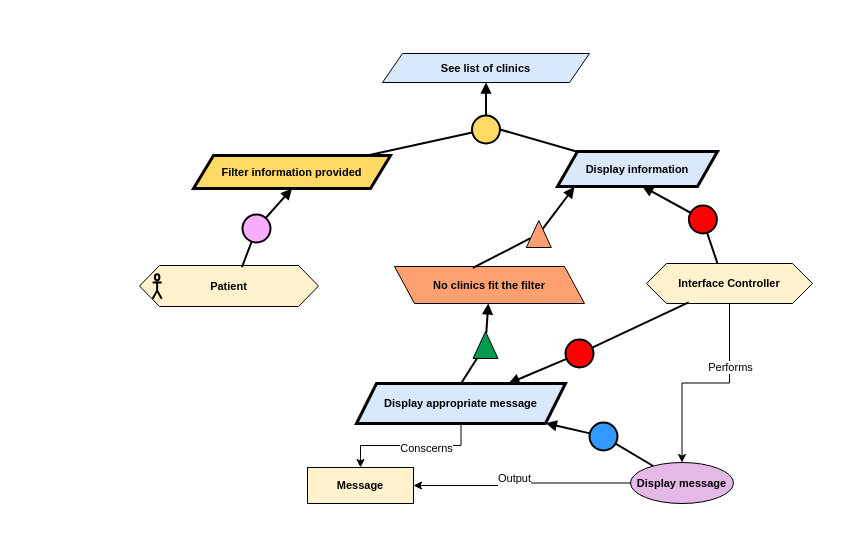
This is Kaos/KAOS 9.drawio from RafaelCMira/myclinic-msp-project, a draw.io file, before an edit. Source tidied: cells renumbered, new cells numbered last; positions are measured from the earlier drawing's top-left corner, leaving out a move shared by most shapes. Both pictures are drawn from the tidied source at 100%, with x=0, y=0 at pixel (139, 53).
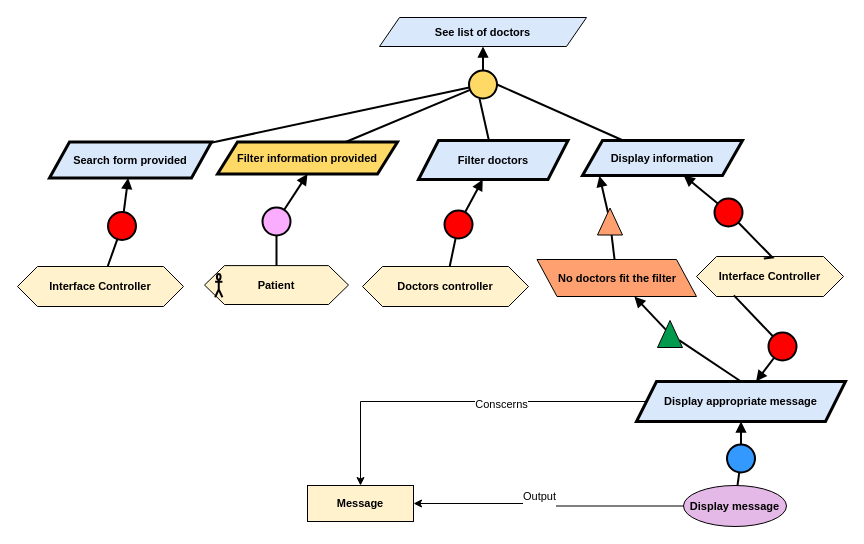
The same diagram, later.

The edit, as a diff of the source:
```diff
@@
-    <mxCell id="2" value="&lt;b&gt;See list of clinics&lt;/b&gt;" style="shape=parallelogram;perimeter=parallelogramPerimeter;whiteSpace=wrap;html=1;fixedSize=1;fillColor=#dae8fc;strokeColor=#000000;fontFamily=Helvetica;fontSize=11;fontColor=default;labelBackgroundColor=none;" parent="1" vertex="1">
-      <mxGeometry x="243" width="207" height="29" as="geometry" />
+    <mxCell id="2" value="&lt;b&gt;See list of doctors&lt;/b&gt;" style="shape=parallelogram;perimeter=parallelogramPerimeter;whiteSpace=wrap;html=1;fixedSize=1;fillColor=#dae8fc;strokeColor=#000000;fontFamily=Helvetica;fontSize=11;fontColor=default;labelBackgroundColor=none;" parent="1" vertex="1">
+      <mxGeometry x="240" y="-36" width="207" height="29" as="geometry" />
     </mxCell>
     <mxCell id="3" value="&lt;b&gt;Filter information provided&lt;/b&gt;" style="shape=parallelogram;perimeter=parallelogramPerimeter;whiteSpace=wrap;html=1;fixedSize=1;fillColor=#FFD966;strokeColor=#000000;strokeWidth=3;fontFamily=Helvetica;fontSize=11;fontColor=default;labelBackgroundColor=none;" parent="1" vertex="1">
-      <mxGeometry x="54" y="102" width="197" height="33" as="geometry" />
+      <mxGeometry x="78" y="88.5" width="180" height="32" as="geometry" />
     </mxCell>
     <mxCell id="4" style="ellipse;whiteSpace=wrap;html=1;fillColor=#FFD966;strokeWidth=2;" parent="1" vertex="1">
-      <mxGeometry x="332.5" y="62" width="28" height="28" as="geometry" />
+      <mxGeometry x="329.5" y="17" width="28" height="28" as="geometry" />
     </mxCell>
@@
     <mxCell id="7" value="&lt;b&gt;Display information&lt;/b&gt;" style="shape=parallelogram;perimeter=parallelogramPerimeter;whiteSpace=wrap;html=1;fixedSize=1;fillColor=#dae8fc;strokeColor=#000000;strokeWidth=3;fontFamily=Helvetica;fontSize=11;fontColor=default;labelBackgroundColor=none;" parent="1" vertex="1">
-      <mxGeometry x="418" y="98" width="160" height="35" as="geometry" />
+      <mxGeometry x="443" y="87" width="160" height="35" as="geometry" />
     </mxCell>
@@
     <mxCell id="9" style="group;fontFamily=Helvetica;fontSize=11;fontColor=default;labelBackgroundColor=default;" parent="1" vertex="1">
-      <mxGeometry y="213" width="179" height="40" as="geometry" />
+      <mxGeometry x="65" y="213" width="144" height="38" as="geometry" />
     </mxCell>
     <mxCell id="10" value="&lt;div&gt;&lt;b&gt;Patient&lt;/b&gt;&lt;/div&gt;" style="shape=hexagon;perimeter=hexagonPerimeter2;whiteSpace=wrap;html=1;fixedSize=1;fillColor=#FFF2CC;fontFamily=Helvetica;fontSize=11;fontColor=default;labelBackgroundColor=none;" parent="9" vertex="1">
-      <mxGeometry y="-1" width="179" height="41" as="geometry" />
+      <mxGeometry y="-0.9" width="144" height="38.9" as="geometry" />
     </mxCell>
     <mxCell id="11" style="shape=umlActor;verticalLabelPosition=bottom;verticalAlign=top;html=1;fillColor=none;strokeWidth=2;fontFamily=Helvetica;fontSize=11;fontColor=default;labelBackgroundColor=default;" parent="9" vertex="1">
-      <mxGeometry x="13.1" y="7.8" width="9.1" height="24.5" as="geometry" />
+      <mxGeometry x="10.6" y="7.4" width="7.3" height="23.3" as="geometry" />
     </mxCell>
     <mxCell id="12" style="ellipse;whiteSpace=wrap;html=1;fillColor=#FAADFF;strokeWidth=2;fontFamily=Helvetica;fontSize=11;fontColor=default;labelBackgroundColor=default;" parent="1" vertex="1">
-      <mxGeometry x="103" y="161" width="28" height="28" as="geometry" />
+      <mxGeometry x="123" y="154" width="28" height="28" as="geometry" />
     </mxCell>
@@
-    <mxCell id="14" style="endArrow=none;html=1;rounded=0;strokeWidth=2;strokeColor=default;align=center;verticalAlign=middle;fontFamily=Helvetica;fontSize=11;fontColor=default;labelBackgroundColor=default;exitX=0.572;exitY=0.043;exitDx=0;exitDy=0;exitPerimeter=0;" parent="1" edge="1" source="10" target="12">
+    <mxCell id="14" style="endArrow=none;html=1;rounded=0;strokeWidth=2;strokeColor=default;align=center;verticalAlign=middle;fontFamily=Helvetica;fontSize=11;fontColor=default;labelBackgroundColor=default;" parent="1" edge="1" source="10" target="12">
       <mxGeometry relative="1" as="geometry" />
     </mxCell>
-    <mxCell id="15" value="No clinics fit the filter" style="shape=parallelogram;perimeter=parallelogramPerimeter;whiteSpace=wrap;html=1;fixedSize=1;fillColor=#FFA070;fontStyle=1;fontFamily=Helvetica;fontSize=11;fontColor=default;labelBackgroundColor=none;flipH=1;flipV=0;" parent="1" vertex="1">
-      <mxGeometry x="255" y="213" width="190" height="37" as="geometry" />
+    <mxCell id="15" value="No doctors fit the filter" style="shape=parallelogram;perimeter=parallelogramPerimeter;whiteSpace=wrap;html=1;fixedSize=1;fillColor=#FFA070;fontStyle=1;fontFamily=Helvetica;fontSize=11;fontColor=default;labelBackgroundColor=none;flipH=1;flipV=0;" parent="1" vertex="1">
+      <mxGeometry x="397.5" y="206" width="159.5" height="37" as="geometry" />
     </mxCell>
@@
-    <mxCell id="17" style="endArrow=none;html=1;rounded=0;strokeWidth=2;exitX=0.588;exitY=0.038;exitDx=0;exitDy=0;exitPerimeter=0;" parent="1" edge="1" source="15" target="18">
+    <mxCell id="17" style="endArrow=none;html=1;rounded=0;strokeWidth=2;" parent="1" edge="1" source="15" target="18">
       <mxGeometry relative="1" as="geometry" />
     </mxCell>
     <mxCell id="18" style="triangle;whiteSpace=wrap;html=1;rotation=-90;fillColor=#FFA070;" parent="1" vertex="1">
-      <mxGeometry x="385.8" y="168" width="27" height="25" as="geometry" />
+      <mxGeometry x="457" y="155.5" width="27" height="25" as="geometry" />
     </mxCell>
@@
     <mxCell id="21" value="&lt;b&gt;Display appropriate message&lt;/b&gt;" style="shape=parallelogram;perimeter=parallelogramPerimeter;whiteSpace=wrap;html=1;fixedSize=1;fillColor=#dae8fc;strokeColor=#000000;strokeWidth=3;fontFamily=Helvetica;fontSize=11;fontColor=default;labelBackgroundColor=none;" parent="1" vertex="1">
-      <mxGeometry x="217" y="330" width="209" height="40" as="geometry" />
+      <mxGeometry x="497" y="328" width="209" height="40" as="geometry" />
     </mxCell>
@@
     <mxCell id="24" style="triangle;whiteSpace=wrap;html=1;rotation=-90;fillColor=#00994D;" parent="1" vertex="1">
-      <mxGeometry x="332.5" y="279" width="27" height="25" as="geometry" />
+      <mxGeometry x="517" y="268" width="27" height="25" as="geometry" />
     </mxCell>
     <mxCell id="25" value="&lt;b&gt;Message&lt;/b&gt;" style="rounded=0;whiteSpace=wrap;html=1;fillColor=#FFF2CC;fontFamily=Helvetica;fontSize=11;fontColor=default;labelBackgroundColor=none;" parent="1" vertex="1">
-      <mxGeometry x="168" y="414" width="106" height="36" as="geometry" />
+      <mxGeometry x="168" y="432" width="106" height="36" as="geometry" />
     </mxCell>
@@
     <mxCell id="28" value="&lt;b&gt;Display message&lt;/b&gt;" style="ellipse;whiteSpace=wrap;html=1;fillColor=#E4B9E7;strokeColor=#000000;fontFamily=Helvetica;fontSize=11;fontColor=default;labelBackgroundColor=none;" parent="1" vertex="1">
-      <mxGeometry x="491" y="409" width="103" height="41" as="geometry" />
+      <mxGeometry x="544" y="432" width="103" height="41" as="geometry" />
     </mxCell>
     <mxCell id="29" style="ellipse;whiteSpace=wrap;html=1;fillColor=#3399FF;strokeWidth=2;" parent="1" vertex="1">
-      <mxGeometry x="450" y="369" width="28" height="28" as="geometry" />
+      <mxGeometry x="587.5" y="391" width="28" height="28" as="geometry" />
     </mxCell>
@@
-    <mxCell id="32" style="edgeStyle=orthogonalEdgeStyle;rounded=0;jettySize=auto;html=1;" parent="1" edge="1" source="34" target="28">
-      <mxGeometry relative="1" as="geometry" />
-    </mxCell>
-    <mxCell id="33" value="Performs" style="edgeLabel;html=1;align=center;verticalAlign=middle;" parent="32" vertex="1">
-      <mxGeometry x="-0.39" relative="1" as="geometry" />
-    </mxCell>
     <mxCell id="34" value="&lt;div&gt;&lt;b&gt;Interface Controller&lt;/b&gt;&lt;/div&gt;" style="shape=hexagon;perimeter=hexagonPerimeter2;whiteSpace=wrap;html=1;fixedSize=1;fillColor=#FFF2CC;fontFamily=Helvetica;fontSize=11;fontColor=default;labelBackgroundColor=none;" parent="1" vertex="1">
-      <mxGeometry x="507" y="210" width="166" height="40" as="geometry" />
+      <mxGeometry x="557" y="203" width="147" height="40" as="geometry" />
     </mxCell>
     <mxCell id="35" style="ellipse;whiteSpace=wrap;html=1;fillColor=#FF0000;strokeWidth=2;" parent="1" vertex="1">
-      <mxGeometry x="549.4" y="152" width="28" height="28" as="geometry" />
+      <mxGeometry x="575" y="145" width="28" height="28" as="geometry" />
     </mxCell>
-    <mxCell id="36" style="endArrow=block;html=1;rounded=0;endFill=1;strokeWidth=2;entryX=0.563;entryY=0.994;entryDx=0;entryDy=0;entryPerimeter=0;" parent="1" edge="1" source="35">
-      <mxGeometry relative="1" as="geometry">
-        <mxPoint x="502.7" y="132.8" as="targetPoint" />
-      </mxGeometry>
+    <mxCell id="36" style="endArrow=block;html=1;rounded=0;endFill=1;strokeWidth=2;" parent="1" edge="1" source="35" target="7">
+      <mxGeometry relative="1" as="geometry" />
     </mxCell>
-    <mxCell id="37" style="endArrow=none;html=1;rounded=0;strokeWidth=2;" parent="1" edge="1" target="35">
+    <mxCell id="37" style="endArrow=none;html=1;rounded=0;strokeWidth=2;exitX=0.458;exitY=0.048;exitDx=0;exitDy=0;exitPerimeter=0;" parent="1" edge="1" source="34" target="35">
       <mxGeometry relative="1" as="geometry">
-        <mxPoint x="578" y="210" as="sourcePoint" />
+        <Array as="points">
+          <mxPoint x="633" y="204" />
+        </Array>
       </mxGeometry>
     </mxCell>
     <mxCell id="38" style="ellipse;whiteSpace=wrap;html=1;fillColor=#FF0000;strokeWidth=2;" parent="1" vertex="1">
-      <mxGeometry x="426" y="286" width="28" height="28" as="geometry" />
+      <mxGeometry x="629" y="279" width="28" height="28" as="geometry" />
     </mxCell>
@@
+    <mxCell id="41" value="&lt;b&gt;Filter doctors&lt;/b&gt;" style="shape=parallelogram;perimeter=parallelogramPerimeter;whiteSpace=wrap;html=1;fixedSize=1;fillColor=#dae8fc;strokeColor=#000000;strokeWidth=3;fontFamily=Helvetica;fontSize=11;fontColor=default;labelBackgroundColor=none;" parent="1" vertex="1">
+      <mxGeometry x="279" y="87" width="149.5" height="39" as="geometry" />
+    </mxCell>
+    <mxCell id="42" style="endArrow=none;html=1;rounded=0;strokeWidth=2;" parent="1" edge="1" source="41">
+      <mxGeometry relative="1" as="geometry">
+        <mxPoint x="340" y="45" as="targetPoint" />
+      </mxGeometry>
+    </mxCell>
+    <mxCell id="43" value="&lt;b&gt;Doctors controller&lt;/b&gt;" style="shape=hexagon;perimeter=hexagonPerimeter2;whiteSpace=wrap;html=1;fixedSize=1;fillColor=#FFF2CC;fontFamily=Helvetica;fontSize=11;fontColor=default;labelBackgroundColor=none;" parent="1" vertex="1">
+      <mxGeometry x="223" y="213" width="166" height="40" as="geometry" />
+    </mxCell>
+    <mxCell id="44" style="ellipse;whiteSpace=wrap;html=1;fillColor=#FF0000;strokeWidth=2;" parent="1" vertex="1">
+      <mxGeometry x="305" y="157" width="28" height="28" as="geometry" />
+    </mxCell>
+    <mxCell id="45" style="endArrow=block;html=1;rounded=0;endFill=1;strokeWidth=2;" parent="1" edge="1" source="44" target="41">
+      <mxGeometry relative="1" as="geometry" />
+    </mxCell>
+    <mxCell id="46" style="endArrow=none;html=1;rounded=0;strokeWidth=2;" parent="1" edge="1" source="43" target="44">
+      <mxGeometry relative="1" as="geometry" />
+    </mxCell>
+    <mxCell id="47" value="&lt;b&gt;Search form provided&lt;/b&gt;" style="shape=parallelogram;perimeter=parallelogramPerimeter;whiteSpace=wrap;html=1;fixedSize=1;fillColor=#dae8fc;strokeColor=#000000;strokeWidth=3;fontFamily=Helvetica;fontSize=11;fontColor=default;labelBackgroundColor=none;" parent="1" vertex="1">
+      <mxGeometry x="-90" y="88.5" width="162" height="36" as="geometry" />
+    </mxCell>
+    <mxCell id="48" style="endArrow=none;html=1;rounded=0;strokeWidth=2;" parent="1" edge="1" source="47" target="4">
+      <mxGeometry relative="1" as="geometry" />
+    </mxCell>
+    <mxCell id="49" value="&lt;div&gt;&lt;b&gt;Interface Controller&lt;/b&gt;&lt;/div&gt;" style="shape=hexagon;perimeter=hexagonPerimeter2;whiteSpace=wrap;html=1;fixedSize=1;fillColor=#FFF2CC;fontFamily=Helvetica;fontSize=11;fontColor=default;labelBackgroundColor=none;" parent="1" vertex="1">
+      <mxGeometry x="-122" y="213" width="166" height="40" as="geometry" />
+    </mxCell>
+    <mxCell id="50" style="ellipse;whiteSpace=wrap;html=1;fillColor=#FF0000;strokeWidth=2;" parent="1" vertex="1">
+      <mxGeometry x="-31.5" y="158.5" width="28" height="28" as="geometry" />
+    </mxCell>
+    <mxCell id="51" style="endArrow=block;html=1;rounded=0;endFill=1;strokeWidth=2;" parent="1" edge="1" source="50" target="47">
+      <mxGeometry relative="1" as="geometry" />
+    </mxCell>
+    <mxCell id="52" style="endArrow=none;html=1;rounded=0;strokeWidth=2;" parent="1" edge="1" source="49" target="50">
+      <mxGeometry relative="1" as="geometry" />
+    </mxCell>
```
